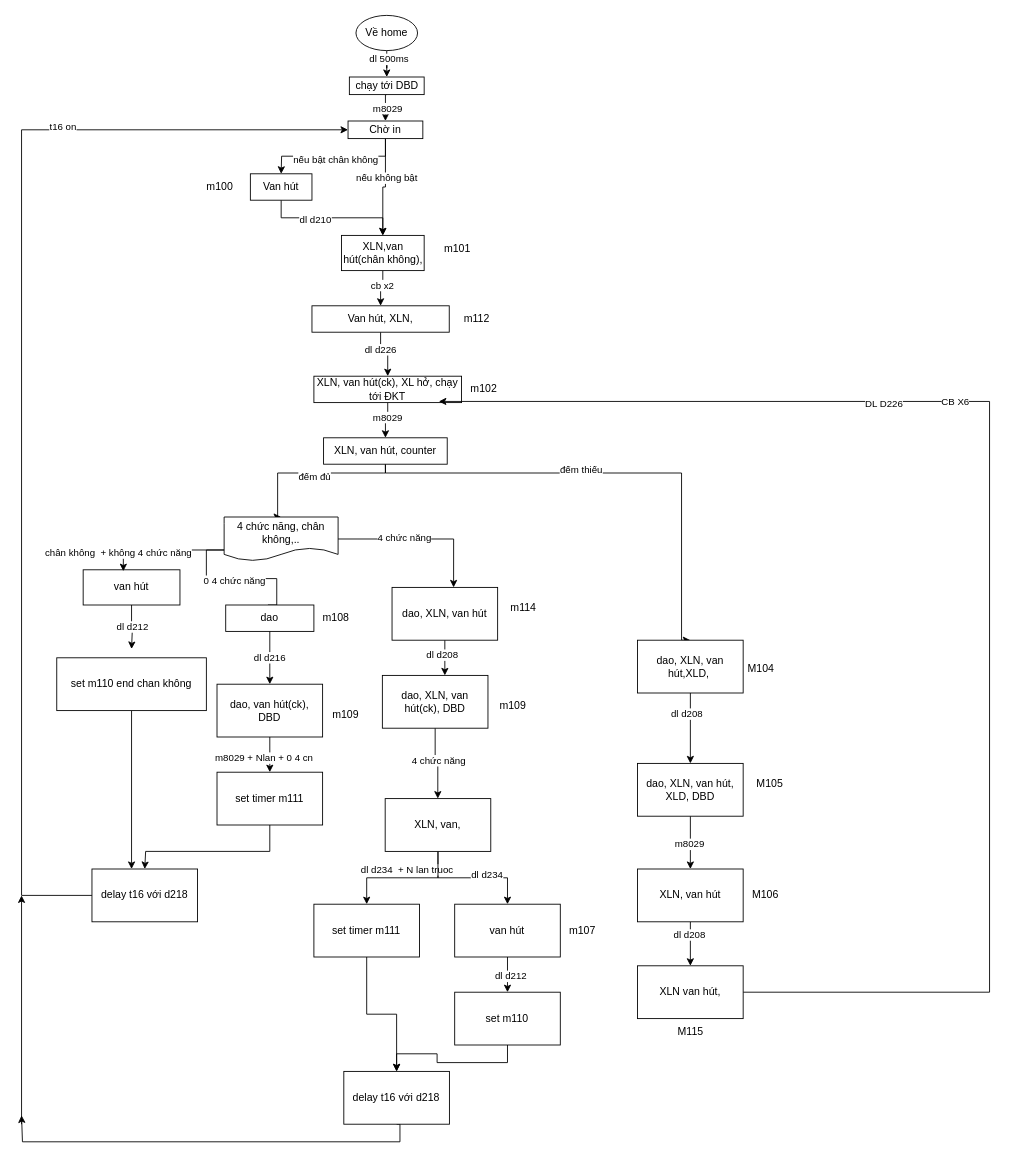
robowindgit/a0-quyencun keeps this draw.io diagram as trai muc truoc.drawio. Above is the earlier version. Source tidied: cells renumbered, new cells numbered last; positions are measured from the earlier drawing's top-left corner, leaving out a move shared by most shapes. Both pictures are drawn from the tidied source at 88%, with x=0, y=0 at pixel (21, 15).
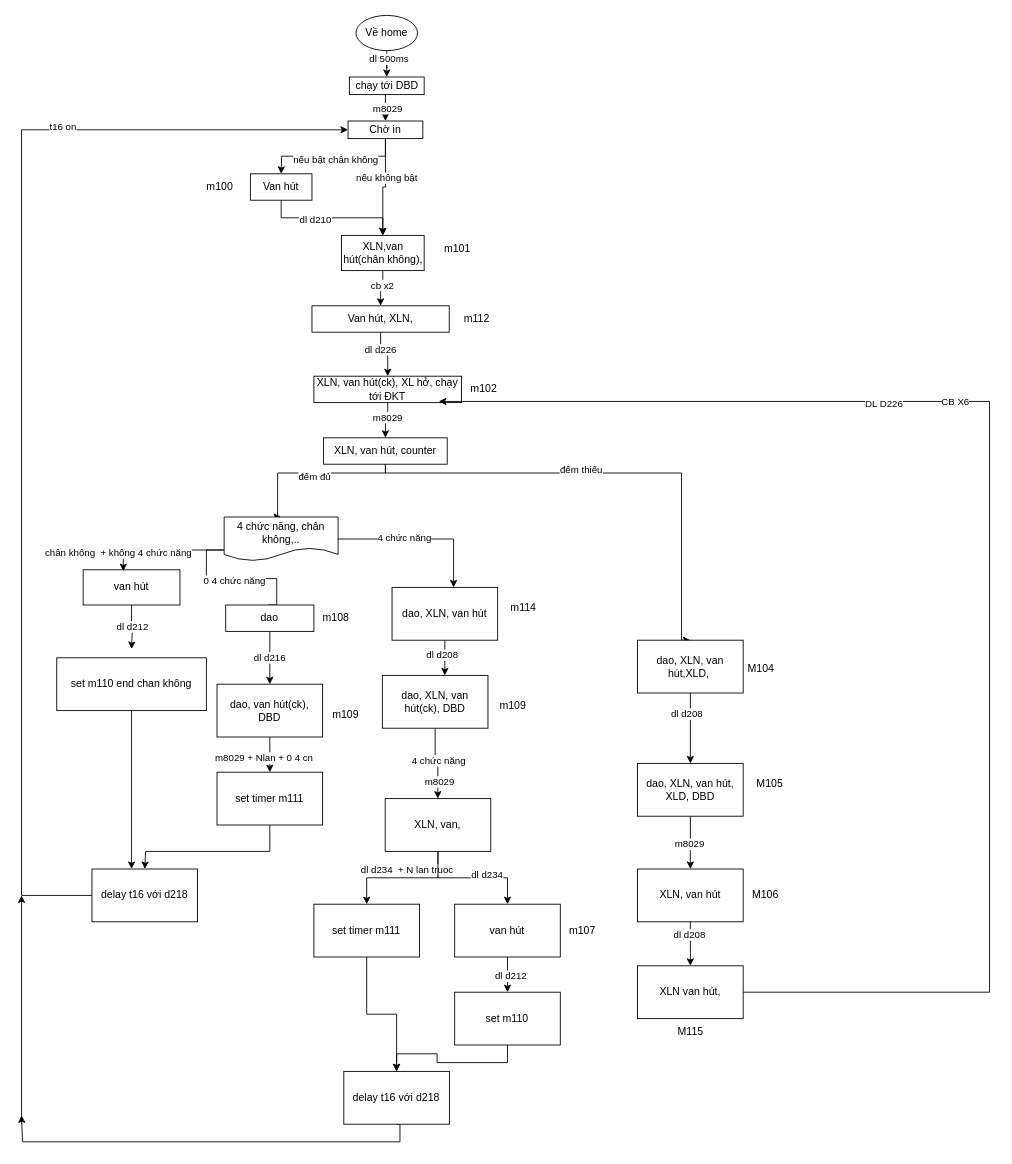
The same diagram, later.

Commit message:
Cập nhật trai muc truoc.drawio

Unchanged cells that the change refers to:
```xml
<mxCell id="57" style="edgeStyle=orthogonalEdgeStyle;rounded=0;jettySize=auto;html=1;exitX=0.5;exitY=1;exitDx=0;exitDy=0;" parent="1" edge="1" source="59" target="64">
  <mxGeometry relative="1" as="geometry">
    <Array as="points">
      <mxPoint x="470" y="850" />
      <mxPoint x="473" y="850" />
    </Array>
  </mxGeometry>
</mxCell>
```

Diff of the diagram source:
```diff
@@
+    <mxCell id="100" value="m8029" style="edgeLabel;html=1;align=center;verticalAlign=middle;" parent="57" vertex="1">
+      <mxGeometry x="0.51" y="1" relative="1" as="geometry" />
+    </mxCell>
```
